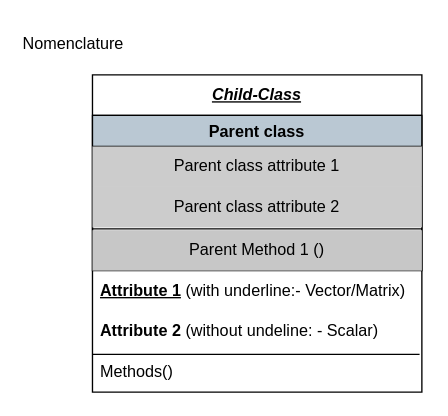
okolekar/PPP keeps this draw.io diagram as Class_intro.drawio. Above is the earlier version. Source tidied: cells renumbered, new cells numbered last; positions are measured from the earlier drawing's top-left corner, leaving out a move shared by most shapes. Both pictures are drawn from the tidied source at 135%, with x=0, y=0 at pixel (32, 23).
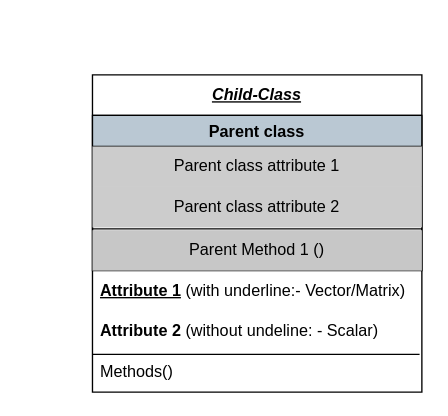
The same page after the edit.

Change to the diagram source:
```diff
@@
 <mxGraphModel>
   <root>
     <mxCell id="0" />
     <mxCell id="1" parent="0" />
     <mxCell id="2" value="&lt;b&gt;&lt;i&gt;&lt;u&gt;Child-Class&lt;/u&gt;&lt;/i&gt;&lt;/b&gt;" style="swimlane;fontStyle=0;horizontal=1;startSize=30;whiteSpace=wrap;html=1;" parent="1" vertex="1">
       <mxGeometry x="44" y="38" width="244" height="235" as="geometry" />
     </mxCell>
     <mxCell id="3" value="Parent class" style="swimlane;labelBackgroundColor=#BAC8D3;fontColor=default;fillColor=#BAC8D3;" parent="2" vertex="1">
       <mxGeometry y="30" width="244" height="115" as="geometry" />
     </mxCell>
     <mxCell id="4" value="Parent class attribute 2" style="text;html=1;strokeColor=none;fillColor=#CCCCCC;align=center;verticalAlign=middle;whiteSpace=wrap;rounded=0;" parent="3" vertex="1">
       <mxGeometry y="53" width="244" height="30" as="geometry" />
     </mxCell>
     <mxCell id="5" value="Parent Method 1 ()" style="text;html=1;strokeColor=none;fillColor=#C7C7C7;align=center;verticalAlign=middle;whiteSpace=wrap;rounded=0;" parent="3" vertex="1">
       <mxGeometry y="85" width="244" height="30" as="geometry" />
     </mxCell>
     <mxCell id="6" style="endArrow=none;html=1;rounded=0;exitX=0;exitY=0;exitDx=0;exitDy=0;entryX=1;entryY=0;entryDx=0;entryDy=0;" parent="3" edge="1">
       <mxGeometry relative="1" as="geometry">
         <mxPoint y="84" as="sourcePoint" />
         <mxPoint x="244" y="84" as="targetPoint" />
       </mxGeometry>
     </mxCell>
     <mxCell id="7" value="Parent class attribute 1" style="text;html=1;strokeColor=none;fillColor=#CCCCCC;align=center;verticalAlign=middle;whiteSpace=wrap;rounded=0;" parent="3" vertex="1">
       <mxGeometry y="23" width="244" height="30" as="geometry" />
     </mxCell>
     <mxCell id="8" value="&lt;u&gt;&lt;b&gt;Attribute 1&lt;/b&gt;&lt;/u&gt;&amp;nbsp;(with underline:- Vector/Matrix)" style="text;strokeColor=none;fillColor=none;align=left;verticalAlign=middle;spacingLeft=4;spacingRight=4;overflow=hidden;whiteSpace=wrap;html=1;" parent="2" vertex="1">
       <mxGeometry y="145" width="244" height="30" as="geometry" />
     </mxCell>
     <mxCell id="9" value="&lt;b&gt;Attribute 2 &lt;/b&gt;(without undeline: - Scalar)" style="text;strokeColor=none;fillColor=none;align=left;verticalAlign=middle;spacingLeft=4;spacingRight=4;overflow=hidden;whiteSpace=wrap;html=1;" parent="2" vertex="1">
       <mxGeometry y="175" width="244" height="30" as="geometry" />
     </mxCell>
     <mxCell id="10" value="Methods()" style="text;strokeColor=none;fillColor=none;align=left;verticalAlign=middle;spacingLeft=4;spacingRight=4;overflow=hidden;points=[[0,0.5],[1,0.5]];portConstraint=eastwest;whiteSpace=wrap;html=1;" parent="2" vertex="1">
       <mxGeometry y="205" width="244" height="30" as="geometry" />
     </mxCell>
     <mxCell id="11" style="endArrow=none;html=1;rounded=0;exitX=-0.001;exitY=0.067;exitDx=0;exitDy=0;exitPerimeter=0;entryX=0.993;entryY=0.067;entryDx=0;entryDy=0;entryPerimeter=0;" parent="2" edge="1" source="10" target="10">
       <mxGeometry relative="1" as="geometry" />
     </mxCell>
-    <mxCell id="12" value="Nomenclature" style="text;html=1;strokeColor=none;fillColor=none;align=center;verticalAlign=middle;whiteSpace=wrap;rounded=0;" parent="1" vertex="1">
-      <mxGeometry width="60" height="30" as="geometry" />
-    </mxCell>
   </root>
 </mxGraphModel>
```
